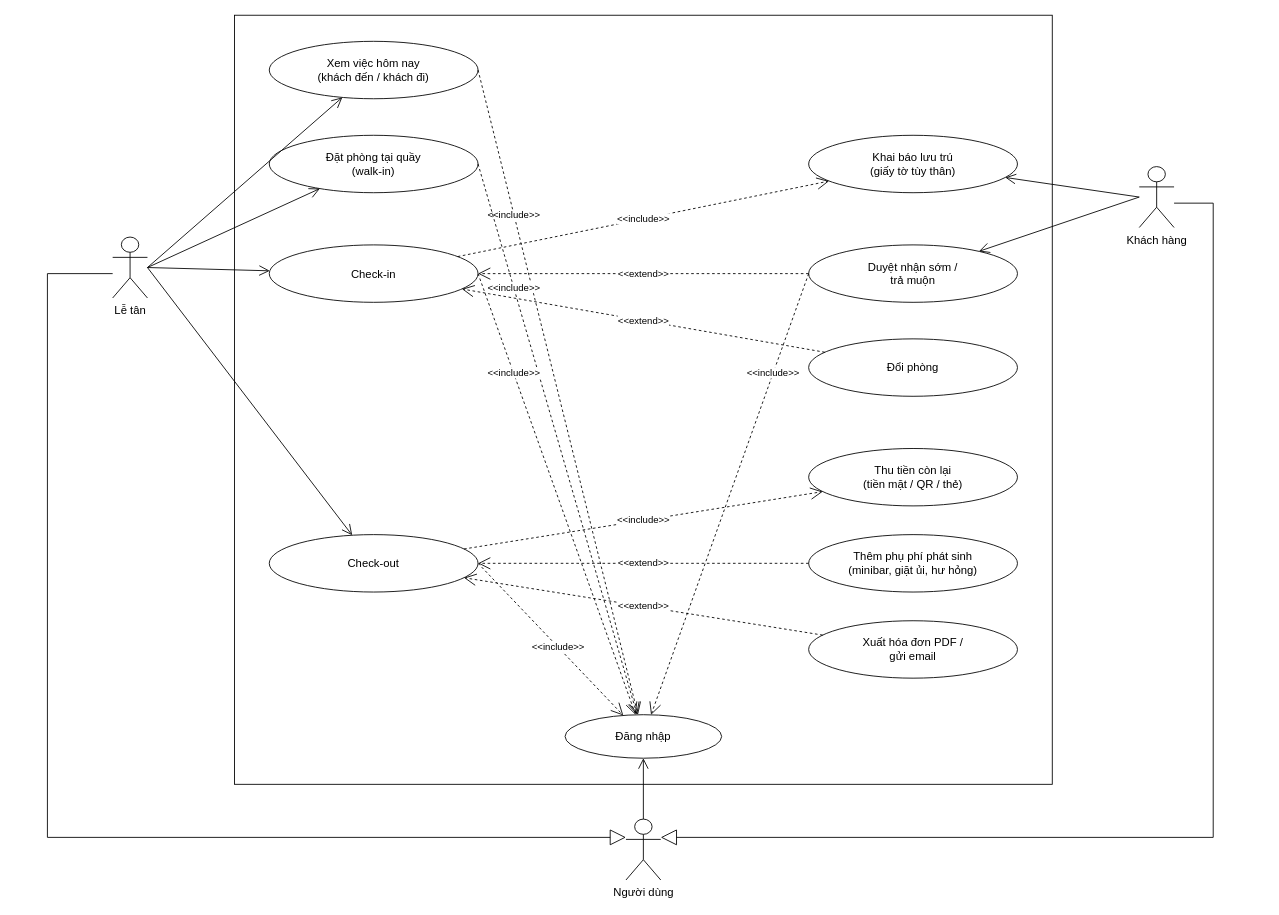
This is docs/use-case/phan-ra/uc3-nhan-tra-phong.drawio from ngynquchn2511/beach-hotel, a draw.io file, before an edit. Source tidied: cells renumbered, new cells numbered last; positions are measured from the earlier drawing's top-left corner, leaving out a move shared by most shapes. Both pictures are drawn from the tidied source at 87%, with x=0, y=0 at pixel (47, 15).
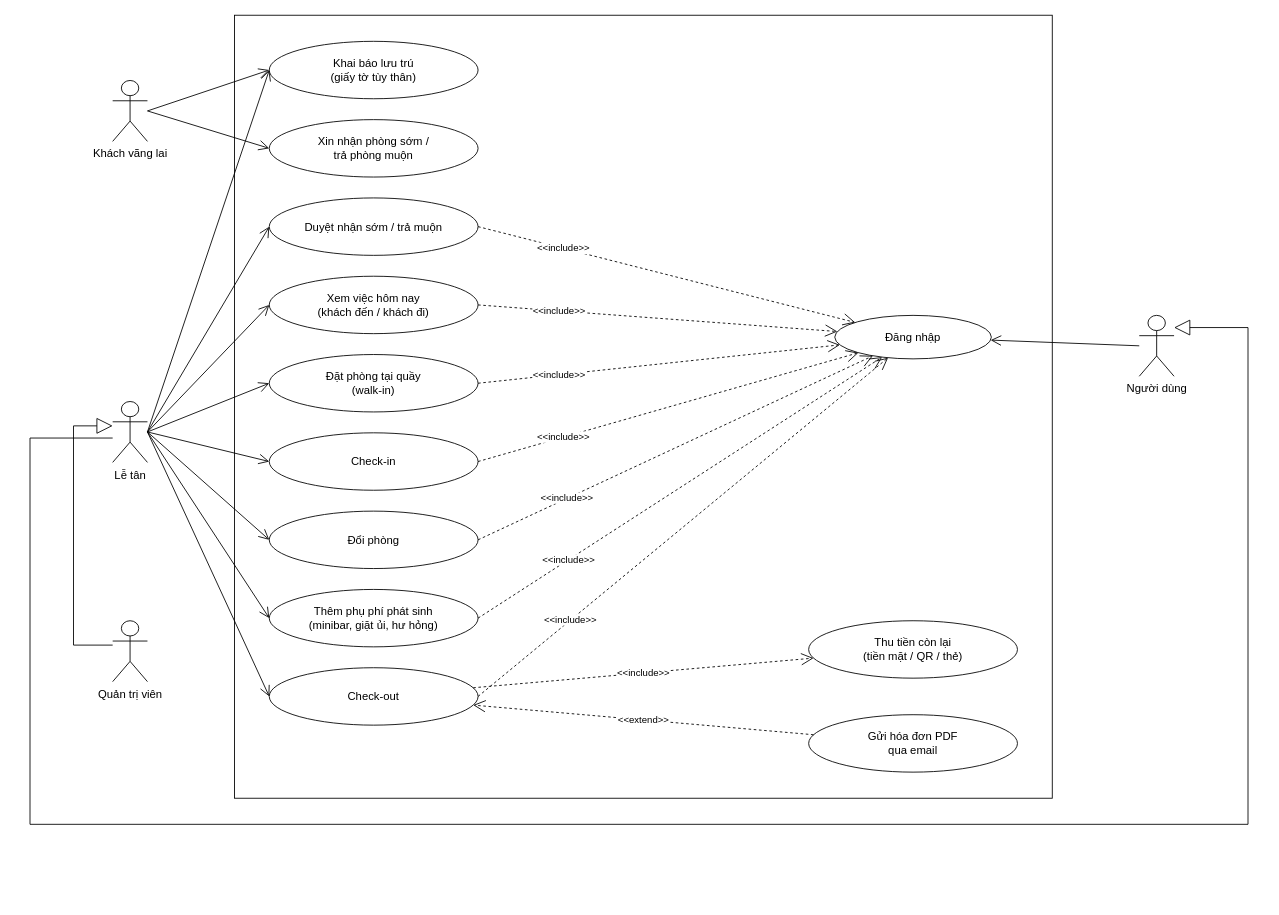
The same page after the edit.

Diff of the diagram source:
```diff
@@
     <mxCell id="2" style="rounded=0;whiteSpace=wrap;html=1;fillColor=none;strokeColor=#000000;" parent="1" vertex="1">
-      <mxGeometry x="215" width="940" height="884" as="geometry" />
+      <mxGeometry x="215" width="940" height="900" as="geometry" />
     </mxCell>
+    <mxCell id="7" value="Khai báo lưu trú&lt;br&gt;(giấy tờ tùy thân)" style="ellipse;whiteSpace=wrap;html=1;fillColor=#FFFFFF;strokeColor=#000000;fontSize=13;" parent="1" vertex="1">
+      <mxGeometry x="255" y="30" width="240" height="66" as="geometry" />
+    </mxCell>
+    <mxCell id="37" value="Xin nhận phòng sớm /&lt;br&gt;trả phòng muộn" style="ellipse;whiteSpace=wrap;html=1;fillColor=#FFFFFF;strokeColor=#000000;fontSize=13;" parent="1" vertex="1">
+      <mxGeometry x="255" y="120" width="240" height="66" as="geometry" />
+    </mxCell>
+    <mxCell id="8" value="Duyệt nhận sớm / trả muộn" style="ellipse;whiteSpace=wrap;html=1;fillColor=#FFFFFF;strokeColor=#000000;fontSize=13;" parent="1" vertex="1">
+      <mxGeometry x="255" y="210" width="240" height="66" as="geometry" />
+    </mxCell>
     <mxCell id="3" value="Xem việc hôm nay&lt;br&gt;(khách đến / khách đi)" style="ellipse;whiteSpace=wrap;html=1;fillColor=#FFFFFF;strokeColor=#000000;fontSize=13;" parent="1" vertex="1">
-      <mxGeometry x="255" y="30" width="240" height="66" as="geometry" />
+      <mxGeometry x="255" y="300" width="240" height="66" as="geometry" />
     </mxCell>
     <mxCell id="4" value="Đặt phòng tại quầy&lt;br&gt;(walk-in)" style="ellipse;whiteSpace=wrap;html=1;fillColor=#FFFFFF;strokeColor=#000000;fontSize=13;" parent="1" vertex="1">
-      <mxGeometry x="255" y="138" width="240" height="66" as="geometry" />
+      <mxGeometry x="255" y="390" width="240" height="66" as="geometry" />
     </mxCell>
     <mxCell id="5" value="Check-in" style="ellipse;whiteSpace=wrap;html=1;fillColor=#FFFFFF;strokeColor=#000000;fontSize=13;" parent="1" vertex="1">
-      <mxGeometry x="255" y="264" width="240" height="66" as="geometry" />
+      <mxGeometry x="255" y="480" width="240" height="66" as="geometry" />
     </mxCell>
+    <mxCell id="9" value="Đổi phòng" style="ellipse;whiteSpace=wrap;html=1;fillColor=#FFFFFF;strokeColor=#000000;fontSize=13;" parent="1" vertex="1">
+      <mxGeometry x="255" y="570" width="240" height="66" as="geometry" />
+    </mxCell>
+    <mxCell id="11" value="Thêm phụ phí phát sinh&lt;br&gt;(minibar, giặt ủi, hư hỏng)" style="ellipse;whiteSpace=wrap;html=1;fillColor=#FFFFFF;strokeColor=#000000;fontSize=13;" parent="1" vertex="1">
+      <mxGeometry x="255" y="660" width="240" height="66" as="geometry" />
+    </mxCell>
     <mxCell id="6" value="Check-out" style="ellipse;whiteSpace=wrap;html=1;fillColor=#FFFFFF;strokeColor=#000000;fontSize=13;" parent="1" vertex="1">
-      <mxGeometry x="255" y="597" width="240" height="66" as="geometry" />
+      <mxGeometry x="255" y="750" width="240" height="66" as="geometry" />
     </mxCell>
-    <mxCell id="7" value="Khai báo lưu trú&lt;br&gt;(giấy tờ tùy thân)" style="ellipse;whiteSpace=wrap;html=1;fillColor=#FFFFFF;strokeColor=#000000;fontSize=13;" parent="1" vertex="1">
-      <mxGeometry x="875" y="138" width="240" height="66" as="geometry" />
-    </mxCell>
-    <mxCell id="8" value="Duyệt nhận sớm /&lt;br&gt;trả muộn" style="ellipse;whiteSpace=wrap;html=1;fillColor=#FFFFFF;strokeColor=#000000;fontSize=13;" parent="1" vertex="1">
-      <mxGeometry x="875" y="264" width="240" height="66" as="geometry" />
-    </mxCell>
-    <mxCell id="9" value="Đổi phòng" style="ellipse;whiteSpace=wrap;html=1;fillColor=#FFFFFF;strokeColor=#000000;fontSize=13;" parent="1" vertex="1">
-      <mxGeometry x="875" y="372" width="240" height="66" as="geometry" />
-    </mxCell>
     <mxCell id="10" value="Thu tiền còn lại&lt;br&gt;(tiền mặt / QR / thẻ)" style="ellipse;whiteSpace=wrap;html=1;fillColor=#FFFFFF;strokeColor=#000000;fontSize=13;" parent="1" vertex="1">
-      <mxGeometry x="875" y="498" width="240" height="66" as="geometry" />
+      <mxGeometry x="875" y="696" width="240" height="66" as="geometry" />
     </mxCell>
-    <mxCell id="11" value="Thêm phụ phí phát sinh&lt;br&gt;(minibar, giặt ủi, hư hỏng)" style="ellipse;whiteSpace=wrap;html=1;fillColor=#FFFFFF;strokeColor=#000000;fontSize=13;" parent="1" vertex="1">
-      <mxGeometry x="875" y="597" width="240" height="66" as="geometry" />
-    </mxCell>
-    <mxCell id="12" value="Xuất hóa đơn PDF /&lt;br&gt;gửi email" style="ellipse;whiteSpace=wrap;html=1;fillColor=#FFFFFF;strokeColor=#000000;fontSize=13;" parent="1" vertex="1">
-      <mxGeometry x="875" y="696" width="240" height="66" as="geometry" />
+    <mxCell id="12" value="Gửi hóa đơn PDF&lt;br&gt;qua email" style="ellipse;whiteSpace=wrap;html=1;fillColor=#FFFFFF;strokeColor=#000000;fontSize=13;" parent="1" vertex="1">
+      <mxGeometry x="875" y="804" width="240" height="66" as="geometry" />
     </mxCell>
     <mxCell id="13" value="Đăng nhập" style="ellipse;whiteSpace=wrap;html=1;fillColor=#FFFFFF;strokeColor=#000000;fontSize=13;" parent="1" vertex="1">
-      <mxGeometry x="595" y="804" width="180" height="50" as="geometry" />
+      <mxGeometry x="905" y="345" width="180" height="50" as="geometry" />
     </mxCell>
+    <mxCell id="38" value="Khách vãng lai" style="shape=umlActor;verticalLabelPosition=bottom;verticalAlign=top;html=1;outlineConnect=0;fillColor=#FFFFFF;strokeColor=#000000;fontSize=13;" parent="1" vertex="1">
+      <mxGeometry x="75" y="75" width="40" height="70" as="geometry" />
+    </mxCell>
     <mxCell id="14" value="Lễ tân" style="shape=umlActor;verticalLabelPosition=bottom;verticalAlign=top;html=1;outlineConnect=0;fillColor=#FFFFFF;strokeColor=#000000;fontSize=13;" parent="1" vertex="1">
-      <mxGeometry x="75" y="255" width="40" height="70" as="geometry" />
+      <mxGeometry x="75" y="444" width="40" height="70" as="geometry" />
     </mxCell>
-    <mxCell id="15" value="Khách hàng" style="shape=umlActor;verticalLabelPosition=bottom;verticalAlign=top;html=1;outlineConnect=0;fillColor=#FFFFFF;strokeColor=#000000;fontSize=13;" parent="1" vertex="1">
-      <mxGeometry x="1255" y="174" width="40" height="70" as="geometry" />
-    </mxCell>
+    <mxCell id="39" value="Quản trị viên" style="shape=umlActor;verticalLabelPosition=bottom;verticalAlign=top;html=1;outlineConnect=0;fillColor=#FFFFFF;strokeColor=#000000;fontSize=13;" parent="1" vertex="1">
+      <mxGeometry x="75" y="696" width="40" height="70" as="geometry" />
+    </mxCell>
-    <mxCell id="16" style="endArrow=open;endSize=10;html=1;rounded=0;strokeColor=#000000;exitX=0;exitY=0.5;exitDx=0;exitDy=0;exitPerimeter=0;" parent="1" edge="1" source="15" target="7">
+    <mxCell id="16" style="endArrow=open;endSize=10;html=1;rounded=0;strokeColor=#000000;exitX=1;exitY=0.5;exitDx=0;exitDy=0;exitPerimeter=0;entryX=0;entryY=0.5;entryDx=0;entryDy=0;" parent="1" edge="1" source="38" target="7">
       <mxGeometry relative="1" as="geometry" />
     </mxCell>
-    <mxCell id="17" style="endArrow=open;endSize=10;html=1;rounded=0;strokeColor=#000000;exitX=0;exitY=0.5;exitDx=0;exitDy=0;exitPerimeter=0;" parent="1" edge="1" source="15" target="8">
+    <mxCell id="17" style="endArrow=open;endSize=10;html=1;rounded=0;strokeColor=#000000;exitX=1;exitY=0.5;exitDx=0;exitDy=0;exitPerimeter=0;entryX=0;entryY=0.5;entryDx=0;entryDy=0;" parent="1" edge="1" source="38" target="37">
       <mxGeometry relative="1" as="geometry" />
     </mxCell>
-    <mxCell id="18" style="endArrow=open;endSize=10;html=1;rounded=0;strokeColor=#000000;exitX=1;exitY=0.5;exitDx=0;exitDy=0;exitPerimeter=0;" parent="1" edge="1" source="14" target="3">
+    <mxCell id="18" style="endArrow=open;endSize=10;html=1;rounded=0;strokeColor=#000000;exitX=1;exitY=0.5;exitDx=0;exitDy=0;exitPerimeter=0;entryX=0;entryY=0.5;entryDx=0;entryDy=0;" parent="1" edge="1" source="14" target="7">
       <mxGeometry relative="1" as="geometry" />
     </mxCell>
-    <mxCell id="19" style="endArrow=open;endSize=10;html=1;rounded=0;strokeColor=#000000;exitX=1;exitY=0.5;exitDx=0;exitDy=0;exitPerimeter=0;" parent="1" edge="1" source="14" target="4">
+    <mxCell id="19" style="endArrow=open;endSize=10;html=1;rounded=0;strokeColor=#000000;exitX=1;exitY=0.5;exitDx=0;exitDy=0;exitPerimeter=0;entryX=0;entryY=0.5;entryDx=0;entryDy=0;" parent="1" edge="1" source="14" target="8">
       <mxGeometry relative="1" as="geometry" />
     </mxCell>
-    <mxCell id="20" style="endArrow=open;endSize=10;html=1;rounded=0;strokeColor=#000000;exitX=1;exitY=0.5;exitDx=0;exitDy=0;exitPerimeter=0;" parent="1" edge="1" source="14" target="5">
+    <mxCell id="20" style="endArrow=open;endSize=10;html=1;rounded=0;strokeColor=#000000;exitX=1;exitY=0.5;exitDx=0;exitDy=0;exitPerimeter=0;entryX=0;entryY=0.5;entryDx=0;entryDy=0;" parent="1" edge="1" source="14" target="3">
       <mxGeometry relative="1" as="geometry" />
     </mxCell>
-    <mxCell id="21" style="endArrow=open;endSize=10;html=1;rounded=0;strokeColor=#000000;exitX=1;exitY=0.5;exitDx=0;exitDy=0;exitPerimeter=0;" parent="1" edge="1" source="14" target="6">
+    <mxCell id="21" style="endArrow=open;endSize=10;html=1;rounded=0;strokeColor=#000000;exitX=1;exitY=0.5;exitDx=0;exitDy=0;exitPerimeter=0;entryX=0;entryY=0.5;entryDx=0;entryDy=0;" parent="1" edge="1" source="14" target="4">
       <mxGeometry relative="1" as="geometry" />
     </mxCell>
-    <mxCell id="22" value="&amp;lt;&amp;lt;include&amp;gt;&amp;gt;" style="endArrow=open;endSize=12;dashed=1;html=1;rounded=0;strokeColor=#000000;fontSize=11;labelBackgroundColor=#FFFFFF;" parent="1" edge="1" source="5" target="7">
+    <mxCell id="22" style="endArrow=open;endSize=10;html=1;rounded=0;strokeColor=#000000;exitX=1;exitY=0.5;exitDx=0;exitDy=0;exitPerimeter=0;entryX=0;entryY=0.5;entryDx=0;entryDy=0;" parent="1" edge="1" source="14" target="5">
       <mxGeometry relative="1" as="geometry" />
     </mxCell>
-    <mxCell id="23" value="&amp;lt;&amp;lt;extend&amp;gt;&amp;gt;" style="endArrow=open;endSize=12;dashed=1;html=1;rounded=0;strokeColor=#000000;fontSize=11;labelBackgroundColor=#FFFFFF;" parent="1" edge="1" source="8" target="5">
+    <mxCell id="23" style="endArrow=open;endSize=10;html=1;rounded=0;strokeColor=#000000;exitX=1;exitY=0.5;exitDx=0;exitDy=0;exitPerimeter=0;entryX=0;entryY=0.5;entryDx=0;entryDy=0;" parent="1" edge="1" source="14" target="9">
       <mxGeometry relative="1" as="geometry" />
     </mxCell>
-    <mxCell id="24" value="&amp;lt;&amp;lt;extend&amp;gt;&amp;gt;" style="endArrow=open;endSize=12;dashed=1;html=1;rounded=0;strokeColor=#000000;fontSize=11;labelBackgroundColor=#FFFFFF;" parent="1" edge="1" source="9" target="5">
+    <mxCell id="24" style="endArrow=open;endSize=10;html=1;rounded=0;strokeColor=#000000;exitX=1;exitY=0.5;exitDx=0;exitDy=0;exitPerimeter=0;entryX=0;entryY=0.5;entryDx=0;entryDy=0;" parent="1" edge="1" source="14" target="11">
       <mxGeometry relative="1" as="geometry" />
     </mxCell>
-    <mxCell id="25" value="&amp;lt;&amp;lt;include&amp;gt;&amp;gt;" style="endArrow=open;endSize=12;dashed=1;html=1;rounded=0;strokeColor=#000000;fontSize=11;labelBackgroundColor=#FFFFFF;" parent="1" edge="1" source="6" target="10">
+    <mxCell id="25" style="endArrow=open;endSize=10;html=1;rounded=0;strokeColor=#000000;exitX=1;exitY=0.5;exitDx=0;exitDy=0;exitPerimeter=0;entryX=0;entryY=0.5;entryDx=0;entryDy=0;" parent="1" edge="1" source="14" target="6">
       <mxGeometry relative="1" as="geometry" />
     </mxCell>
-    <mxCell id="26" value="&amp;lt;&amp;lt;extend&amp;gt;&amp;gt;" style="endArrow=open;endSize=12;dashed=1;html=1;rounded=0;strokeColor=#000000;fontSize=11;labelBackgroundColor=#FFFFFF;" parent="1" edge="1" source="11" target="6">
+    <mxCell id="26" value="&amp;lt;&amp;lt;include&amp;gt;&amp;gt;" style="endArrow=open;endSize=12;dashed=1;html=1;rounded=0;strokeColor=#000000;fontSize=11;labelBackgroundColor=#FFFFFF;" parent="1" edge="1" source="6" target="10">
       <mxGeometry relative="1" as="geometry" />
     </mxCell>
@@
-    <mxCell id="28" value="&amp;lt;&amp;lt;include&amp;gt;&amp;gt;" style="endArrow=open;endSize=12;dashed=1;html=1;rounded=0;strokeColor=#000000;fontSize=11;labelBackgroundColor=#FFFFFF;exitX=0;exitY=0.5;exitDx=0;exitDy=0;" parent="1" edge="1" source="8" target="13">
+    <mxCell id="28" value="&amp;lt;&amp;lt;include&amp;gt;&amp;gt;" style="endArrow=open;endSize=12;dashed=1;html=1;rounded=0;strokeColor=#000000;fontSize=11;labelBackgroundColor=#FFFFFF;exitX=1;exitY=0.5;exitDx=0;exitDy=0;" parent="1" edge="1" source="8" target="13">
       <mxGeometry x="-0.55" relative="1" as="geometry" />
     </mxCell>
@@
-    <mxCell id="32" value="&amp;lt;&amp;lt;include&amp;gt;&amp;gt;" style="endArrow=open;endSize=12;dashed=1;html=1;rounded=0;strokeColor=#000000;fontSize=11;labelBackgroundColor=#FFFFFF;exitX=1;exitY=0.5;exitDx=0;exitDy=0;" parent="1" edge="1" source="6" target="13">
-      <mxGeometry x="0.1" relative="1" as="geometry" />
+    <mxCell id="32" value="&amp;lt;&amp;lt;include&amp;gt;&amp;gt;" style="endArrow=open;endSize=12;dashed=1;html=1;rounded=0;strokeColor=#000000;fontSize=11;labelBackgroundColor=#FFFFFF;exitX=1;exitY=0.5;exitDx=0;exitDy=0;" parent="1" edge="1" source="9" target="13">
+      <mxGeometry x="-0.55" relative="1" as="geometry" />
     </mxCell>
-    <mxCell id="33" value="Người dùng" style="shape=umlActor;verticalLabelPosition=bottom;verticalAlign=top;html=1;outlineConnect=0;fillColor=#FFFFFF;strokeColor=#000000;fontSize=13;" parent="1" vertex="1">
-      <mxGeometry x="665" y="924" width="40" height="70" as="geometry" />
-    </mxCell>
-    <mxCell id="34" style="endArrow=open;endSize=10;html=1;rounded=0;strokeColor=#000000;exitX=0.5;exitY=0;exitDx=0;exitDy=0;exitPerimeter=0;" parent="1" edge="1" source="33" target="13">
-      <mxGeometry relative="1" as="geometry" />
+    <mxCell id="34" value="&amp;lt;&amp;lt;include&amp;gt;&amp;gt;" style="endArrow=open;endSize=12;dashed=1;html=1;rounded=0;strokeColor=#000000;fontSize=11;labelBackgroundColor=#FFFFFF;exitX=1;exitY=0.5;exitDx=0;exitDy=0;" parent="1" edge="1" source="11" target="13">
+      <mxGeometry x="-0.55" relative="1" as="geometry" />
     </mxCell>
-    <mxCell id="35" style="endArrow=block;endSize=16;endFill=0;html=1;rounded=0;strokeColor=#000000;exitX=0;exitY=0.6;exitDx=0;exitDy=0;exitPerimeter=0;entryX=0;entryY=0.3;entryDx=0;entryDy=0;entryPerimeter=0;" parent="1" edge="1" source="14" target="33">
-      <mxGeometry relative="1" as="geometry">
-        <Array as="points">
-          <mxPoint y="297" />
-          <mxPoint y="945" />
-        </Array>
-      </mxGeometry>
+    <mxCell id="35" value="&amp;lt;&amp;lt;include&amp;gt;&amp;gt;" style="endArrow=open;endSize=12;dashed=1;html=1;rounded=0;strokeColor=#000000;fontSize=11;labelBackgroundColor=#FFFFFF;exitX=1;exitY=0.5;exitDx=0;exitDy=0;" parent="1" edge="1" source="6" target="13">
+      <mxGeometry x="-0.55" relative="1" as="geometry" />
     </mxCell>
-    <mxCell id="36" style="endArrow=block;endSize=16;endFill=0;html=1;rounded=0;strokeColor=#000000;exitX=1;exitY=0.6;exitDx=0;exitDy=0;exitPerimeter=0;entryX=1;entryY=0.3;entryDx=0;entryDy=0;entryPerimeter=0;" parent="1" edge="1" source="15" target="33">
+    <mxCell id="36" style="endArrow=block;endSize=16;endFill=0;html=1;rounded=0;strokeColor=#000000;exitX=0;exitY=0.4;exitDx=0;exitDy=0;exitPerimeter=0;entryX=0;entryY=0.4;entryDx=0;entryDy=0;entryPerimeter=0;" parent="1" edge="1" source="39" target="14">
       <mxGeometry relative="1" as="geometry">
         <Array as="points">
-          <mxPoint x="1340" y="216" />
-          <mxPoint x="1340" y="945" />
+          <mxPoint x="30" y="724" />
+          <mxPoint x="30" y="472" />
         </Array>
       </mxGeometry>
     </mxCell>
+    <mxCell id="33" value="Người dùng" style="shape=umlActor;verticalLabelPosition=bottom;verticalAlign=top;html=1;outlineConnect=0;fillColor=#FFFFFF;strokeColor=#000000;fontSize=13;" parent="1" vertex="1">
+      <mxGeometry x="1255" y="345" width="40" height="70" as="geometry" />
+    </mxCell>
+    <mxCell id="40" style="endArrow=open;endSize=10;html=1;rounded=0;strokeColor=#000000;exitX=0;exitY=0.5;exitDx=0;exitDy=0;exitPerimeter=0;" parent="1" edge="1" source="33" target="13">
+      <mxGeometry relative="1" as="geometry" />
+    </mxCell>
+    <mxCell id="41" style="endArrow=block;endSize=16;endFill=0;html=1;rounded=0;strokeColor=#000000;exitX=0;exitY=0.6;exitDx=0;exitDy=0;exitPerimeter=0;entryX=1;entryY=0.2;entryDx=0;entryDy=0;entryPerimeter=0;" parent="1" edge="1" source="14" target="33">
+      <mxGeometry relative="1" as="geometry">
+        <Array as="points">
+          <mxPoint x="-20" y="486" />
+          <mxPoint x="-20" y="930" />
+          <mxPoint x="1380" y="930" />
+          <mxPoint x="1380" y="359" />
+        </Array>
+      </mxGeometry>
+    </mxCell>
```
